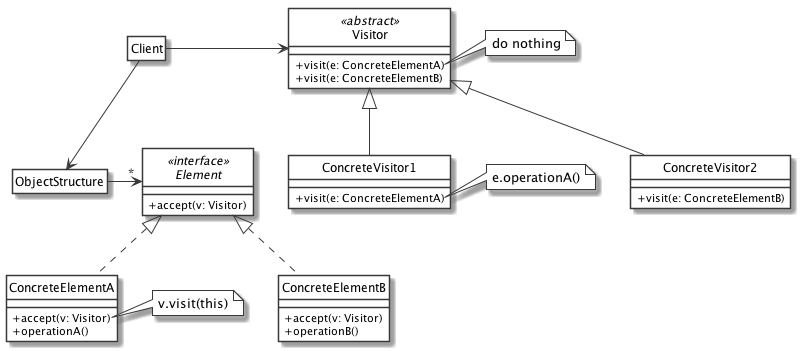
Earlier version of the PlantUML export DesignPattern/Visitor/ObjectStructure/uml/class_diagram.png (dmi-tutorato-ids/materiale). Its diagram source:
```plantuml
@startuml
skinparam {
	monochrome true
	classBackgroundColor white
	noteBackgroundColor white
	classAttributeIconSize 0
}
hide circle

interface Element <<interface>> {
	+ accept(v: Visitor)
}

class ConcreteElementA implements Element {
	+ accept(v: Visitor)
	+ operationA()
}

class ConcreteElementB implements Element {
	+ accept(v: Visitor)
	+ operationB()
}

class Visitor <<abstract>> {
	+ visit(e: ConcreteElementA)
	+ visit(e: ConcreteElementB)
}

class ConcreteVisitor1 extends Visitor {
	+ visit(e: ConcreteElementA)
}

class ConcreteVisitor2 extends Visitor {
	+ visit(e: ConcreteElementB)
}

hide ObjectStructure members
hide Client members

ObjectStructure -right-> "*" Element
ObjectStructure <-down- Client
Client -right-> Visitor

note right of ConcreteElementA::accept
	v.visit(this)
end note

note right of Visitor::visit
	do nothing
end note

note right of ConcreteVisitor1::visit
	e.operationA()
end note


@enduml
```
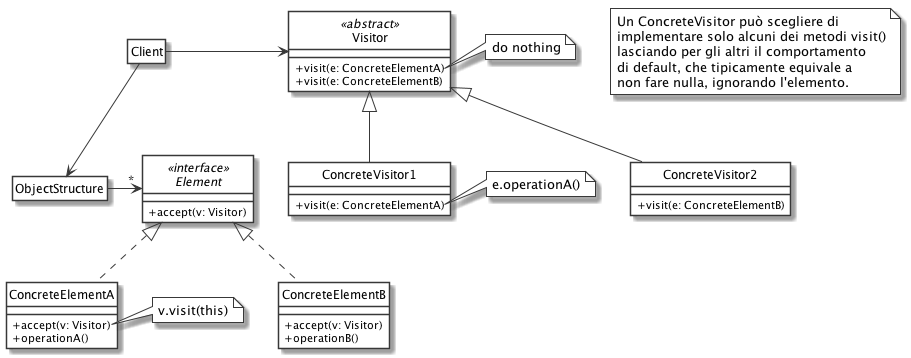
The same file after the commit.

Commit message:
doc: update Visitor UML with a note

Diff of the diagram source:
```diff
@@ -53,5 +53,12 @@
 	e.operationA()
 end note
 
+note as N1
+	Un ConcreteVisitor può scegliere di
+	implementare solo alcuni dei metodi visit()
+	lasciando per gli altri il comportamento
+	di default, che tipicamente equivale a
+	non fare nulla, ignorando l'elemento.
+end note
 
 @enduml
```
